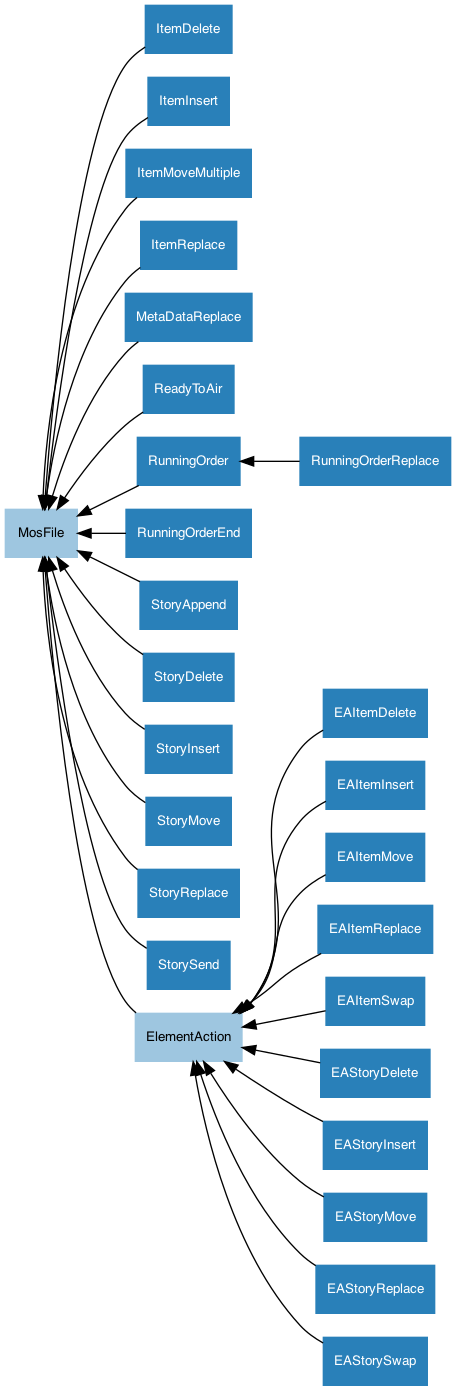
bbc/mosromgr keeps this Graphviz diagram as docs/images/class_hierarchy.png. Above is the earlier version. Its source is kept beside it as docs/images/class_hierarchy.dot.
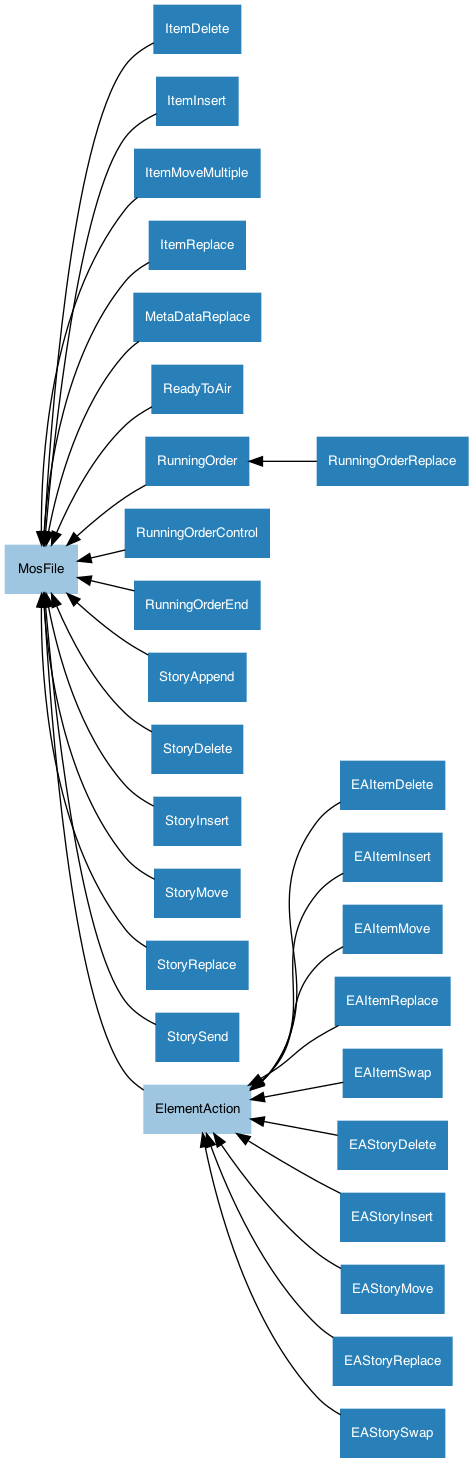
Later version of the same file.

Commit message:
Add RunningOrderControl class (roCtrl), change tx_time to start_time and add end_time, release v0.7.0

Change to the diagram source:
```diff
@@ -30,6 +30,7 @@
     MetaDataReplace->MosFile;
     ReadyToAir->MosFile;
     RunningOrder->MosFile;
+    RunningOrderControl->MosFile;
     RunningOrderEnd->MosFile;
     RunningOrderReplace->RunningOrder;
     StoryAppend->MosFile;
```
